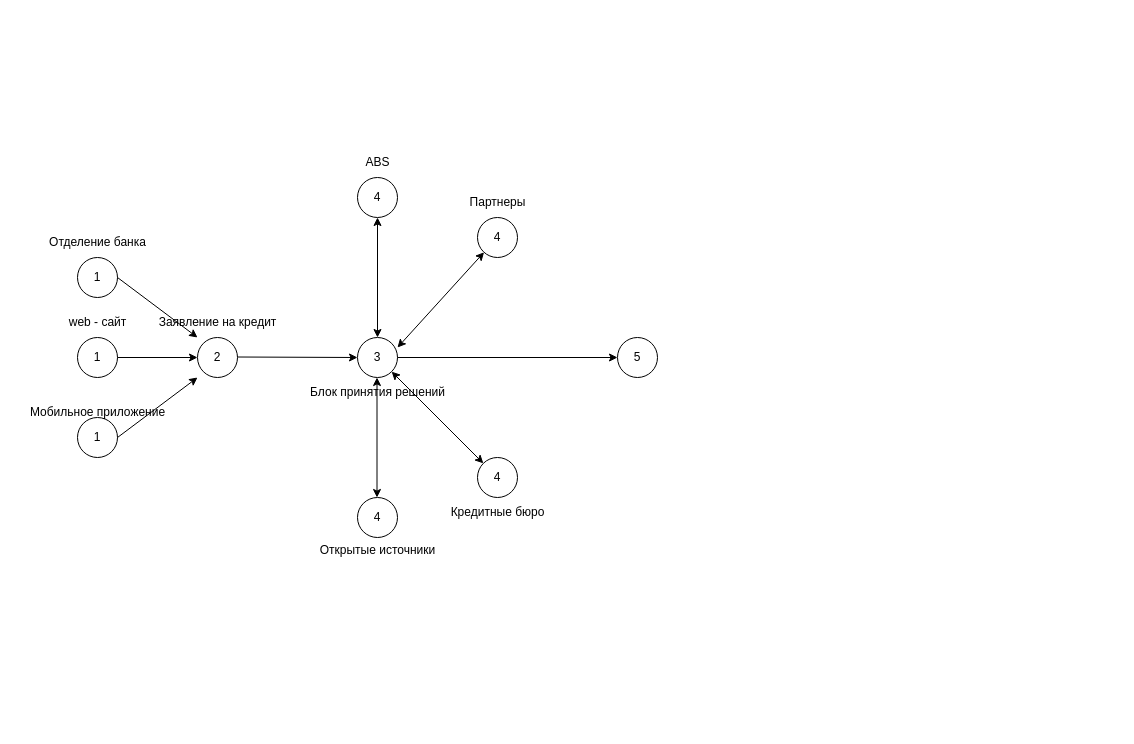
Earlier version of the draw.io diagram draw.io/Кредитный процесс банка.drawio (Sampler13/other). Source tidied: cells renumbered, new cells numbered last; positions are measured from the earlier drawing's top-left corner, leaving out a move shared by most shapes. Both pictures are drawn from the tidied source at 100%, with x=0, y=0 at pixel (17, 147).
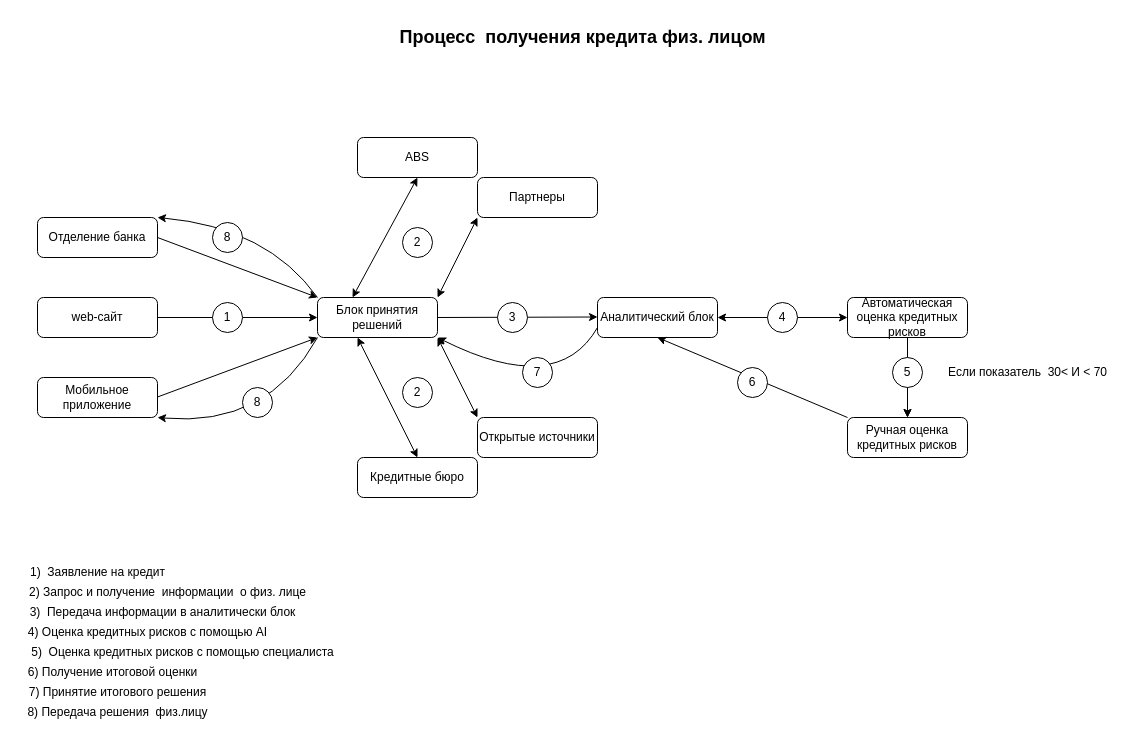
After the change.

Change to the diagram source:
```diff
@@
-    <mxCell id="2" value="1" style="ellipse;whiteSpace=wrap;html=1;" parent="1" vertex="1">
-      <mxGeometry x="60" y="110" width="40" height="40" as="geometry" />
-    </mxCell>
-    <mxCell id="3" value="1" style="ellipse;whiteSpace=wrap;html=1;" parent="1" vertex="1">
-      <mxGeometry x="60" y="190" width="40" height="40" as="geometry" />
-    </mxCell>
-    <mxCell id="4" value="1" style="ellipse;whiteSpace=wrap;html=1;" parent="1" vertex="1">
-      <mxGeometry x="60" y="270" width="40" height="40" as="geometry" />
-    </mxCell>
-    <mxCell id="5" value="Отделение банка" style="text;html=1;align=center;verticalAlign=middle;points=[];strokeColor=none;fillColor=none;" parent="1" vertex="1">
-      <mxGeometry x="20" y="80" width="120" height="30" as="geometry" />
+    <mxCell id="5" value="Отделение банка" style="rounded=1;whiteSpace=wrap;html=1;" parent="1" vertex="1">
+      <mxGeometry x="20" y="70" width="120" height="40" as="geometry" />
     </mxCell>
-    <mxCell id="6" value="web - сайт" style="text;html=1;align=center;verticalAlign=middle;strokeColor=none;fillColor=none;" parent="1" vertex="1">
-      <mxGeometry x="40" y="160" width="80" height="30" as="geometry" />
-    </mxCell>
+    <mxCell id="30" value="web-сайт" style="rounded=1;whiteSpace=wrap;html=1;" parent="1" vertex="1">
+      <mxGeometry x="20" y="150" width="120" height="40" as="geometry" />
+    </mxCell>
-    <mxCell id="7" value="Мобильное приложение" style="text;html=1;align=center;verticalAlign=middle;points=[];strokeColor=none;fillColor=none;" parent="1" vertex="1">
-      <mxGeometry y="250" width="160" height="30" as="geometry" />
+    <mxCell id="7" value="Мобильное приложение" style="rounded=1;whiteSpace=wrap;html=1;" parent="1" vertex="1">
+      <mxGeometry x="20" y="230" width="120" height="40" as="geometry" />
     </mxCell>
-    <mxCell id="8" style="endArrow=classic;html=1;rounded=0;" parent="1" edge="1">
-      <mxGeometry relative="1" as="geometry">
-        <mxPoint x="100" y="130" as="sourcePoint" />
-        <mxPoint x="180" y="190" as="targetPoint" />
-      </mxGeometry>
-    </mxCell>
-    <mxCell id="9" style="endArrow=classic;html=1;rounded=0;" parent="1" edge="1">
-      <mxGeometry relative="1" as="geometry">
-        <mxPoint x="100" y="290" as="sourcePoint" />
-        <mxPoint x="180" y="230" as="targetPoint" />
-      </mxGeometry>
-    </mxCell>
-    <mxCell id="10" style="endArrow=classic;html=1;rounded=0;exitX=1;exitY=0.5;exitDx=0;exitDy=0;" parent="1" edge="1" source="3">
-      <mxGeometry relative="1" as="geometry">
-        <mxPoint x="180" y="210" as="targetPoint" />
-      </mxGeometry>
-    </mxCell>
-    <mxCell id="11" value="2" style="ellipse;whiteSpace=wrap;html=1;" parent="1" vertex="1">
-      <mxGeometry x="180" y="190" width="40" height="40" as="geometry" />
-    </mxCell>
-    <mxCell id="12" value="Заявление на кредит" style="text;html=1;align=center;verticalAlign=middle;fontColor=default;" parent="1" vertex="1">
-      <mxGeometry x="130" y="160" width="140" height="30" as="geometry" />
-    </mxCell>
-    <mxCell id="13" style="endArrow=classic;html=1;rounded=0;exitX=1;exitY=0.5;exitDx=0;exitDy=0;" parent="1" edge="1" target="14">
-      <mxGeometry relative="1" as="geometry">
-        <mxPoint x="220" y="209.5" as="sourcePoint" />
-        <Array as="points">
-          <mxPoint x="340" y="210" />
-        </Array>
-      </mxGeometry>
-    </mxCell>
-    <mxCell id="14" value="3" style="ellipse;whiteSpace=wrap;html=1;" parent="1" vertex="1">
-      <mxGeometry x="340" y="190" width="40" height="40" as="geometry" />
-    </mxCell>
-    <mxCell id="15" value="Блок принятия решений" style="text;html=1;align=center;verticalAlign=middle;points=[];strokeColor=none;fillColor=none;" parent="1" vertex="1">
-      <mxGeometry x="280" y="230" width="160" height="30" as="geometry" />
+    <mxCell id="15" value="Блок принятия решений" style="rounded=1;whiteSpace=wrap;html=1;" parent="1" vertex="1">
+      <mxGeometry x="300" y="150" width="120" height="40" as="geometry" />
     </mxCell>
-    <mxCell id="16" value="4" style="ellipse;whiteSpace=wrap;html=1;" parent="1" vertex="1">
-      <mxGeometry x="340" y="30" width="40" height="40" as="geometry" />
-    </mxCell>
-    <mxCell id="17" value="4" style="ellipse;whiteSpace=wrap;html=1;" parent="1" vertex="1">
-      <mxGeometry x="460" y="70" width="40" height="40" as="geometry" />
-    </mxCell>
-    <mxCell id="18" value="4" style="ellipse;whiteSpace=wrap;html=1;" parent="1" vertex="1">
-      <mxGeometry x="340" y="350" width="40" height="40" as="geometry" />
-    </mxCell>
-    <mxCell id="19" value="4" style="ellipse;whiteSpace=wrap;html=1;" parent="1" vertex="1">
-      <mxGeometry x="460" y="310" width="40" height="40" as="geometry" />
-    </mxCell>
-    <mxCell id="20" style="endArrow=classic;startArrow=classic;html=1;rounded=0;exitX=0.5;exitY=0;exitDx=0;exitDy=0;entryX=0.5;entryY=1;entryDx=0;entryDy=0;" parent="1" edge="1" source="14" target="16">
-      <mxGeometry relative="1" as="geometry" />
-    </mxCell>
-    <mxCell id="21" style="endArrow=classic;startArrow=classic;html=1;rounded=0;" parent="1" edge="1" target="17">
-      <mxGeometry relative="1" as="geometry">
-        <mxPoint x="380" y="200" as="sourcePoint" />
-      </mxGeometry>
-    </mxCell>
-    <mxCell id="22" style="endArrow=classic;startArrow=classic;html=1;rounded=0;exitX=1;exitY=1;exitDx=0;exitDy=0;entryX=0;entryY=0;entryDx=0;entryDy=0;" parent="1" edge="1" source="14" target="19">
-      <mxGeometry relative="1" as="geometry" />
-    </mxCell>
-    <mxCell id="23" style="endArrow=classic;startArrow=classic;html=1;rounded=0;exitX=0.5;exitY=0;exitDx=0;exitDy=0;entryX=0.5;entryY=1;entryDx=0;entryDy=0;" parent="1" edge="1">
-      <mxGeometry relative="1" as="geometry">
-        <mxPoint x="359.5" y="350" as="sourcePoint" />
-        <mxPoint x="359.5" y="230" as="targetPoint" />
-      </mxGeometry>
-    </mxCell>
+    <mxCell id="31" style="endArrow=classic;html=1;rounded=0;exitX=1;exitY=0.5;exitDx=0;exitDy=0;entryX=0;entryY=0.5;entryDx=0;entryDy=0;" parent="1" edge="1" source="30" target="15">
+      <mxGeometry relative="1" as="geometry" />
+    </mxCell>
+    <mxCell id="32" style="endArrow=classic;html=1;rounded=0;exitX=1;exitY=0.5;exitDx=0;exitDy=0;entryX=0;entryY=1;entryDx=0;entryDy=0;" parent="1" edge="1" target="15">
+      <mxGeometry relative="1" as="geometry">
+        <mxPoint x="140" y="249.5" as="sourcePoint" />
+      </mxGeometry>
+    </mxCell>
+    <mxCell id="33" style="endArrow=classic;html=1;rounded=0;exitX=1;exitY=0.5;exitDx=0;exitDy=0;entryX=0;entryY=0;entryDx=0;entryDy=0;" parent="1" edge="1" source="5" target="15">
+      <mxGeometry relative="1" as="geometry" />
+    </mxCell>
+    <mxCell id="34" value="1" style="ellipse;whiteSpace=wrap;html=1;" parent="1" vertex="1">
+      <mxGeometry x="195" y="155" width="30" height="30" as="geometry" />
+    </mxCell>
-    <mxCell id="24" value="ABS" style="text;html=1;align=center;verticalAlign=middle;points=[];strokeColor=none;fillColor=none;" parent="1" vertex="1">
-      <mxGeometry x="335" width="50" height="30" as="geometry" />
+    <mxCell id="24" value="ABS" style="rounded=1;whiteSpace=wrap;html=1;" parent="1" vertex="1">
+      <mxGeometry x="340" y="-10" width="120" height="40" as="geometry" />
     </mxCell>
-    <mxCell id="25" value="Партнеры" style="text;html=1;align=center;verticalAlign=middle;points=[];strokeColor=none;fillColor=none;" parent="1" vertex="1">
-      <mxGeometry x="440" y="40" width="80" height="30" as="geometry" />
+    <mxCell id="25" value="Партнеры" style="rounded=1;whiteSpace=wrap;html=1;" parent="1" vertex="1">
+      <mxGeometry x="460" y="30" width="120" height="40" as="geometry" />
     </mxCell>
+    <mxCell id="27" value="Открытые источники" style="rounded=1;whiteSpace=wrap;html=1;" parent="1" vertex="1">
+      <mxGeometry x="460" y="270" width="120" height="40" as="geometry" />
+    </mxCell>
-    <mxCell id="26" value="Кредитные бюро" style="text;html=1;align=center;verticalAlign=middle;points=[];strokeColor=none;fillColor=none;" parent="1" vertex="1">
-      <mxGeometry x="420" y="350" width="120" height="30" as="geometry" />
+    <mxCell id="26" value="Кредитные бюро" style="rounded=1;whiteSpace=wrap;html=1;" parent="1" vertex="1">
+      <mxGeometry x="340" y="310" width="120" height="40" as="geometry" />
     </mxCell>
-    <mxCell id="27" value="Открытые источники" style="text;html=1;align=center;verticalAlign=middle;points=[];strokeColor=none;fillColor=none;" parent="1" vertex="1">
-      <mxGeometry x="290" y="388" width="140" height="30" as="geometry" />
-    </mxCell>
-    <mxCell id="28" style="endArrow=classic;html=1;rounded=0;exitX=1;exitY=0.5;exitDx=0;exitDy=0;" parent="1" edge="1" source="14">
-      <mxGeometry relative="1" as="geometry">
-        <mxPoint x="600" y="210" as="targetPoint" />
-        <Array as="points">
-          <mxPoint x="600" y="210" />
-        </Array>
-      </mxGeometry>
-    </mxCell>
+    <mxCell id="35" style="endArrow=classic;startArrow=classic;html=1;rounded=0;entryX=0.5;entryY=1;entryDx=0;entryDy=0;" parent="1" edge="1" target="24">
+      <mxGeometry relative="1" as="geometry">
+        <mxPoint x="335" y="150" as="sourcePoint" />
+      </mxGeometry>
+    </mxCell>
+    <mxCell id="36" style="endArrow=classic;startArrow=classic;html=1;rounded=0;entryX=0;entryY=1;entryDx=0;entryDy=0;exitX=1;exitY=0;exitDx=0;exitDy=0;" parent="1" edge="1" source="15" target="25">
+      <mxGeometry relative="1" as="geometry" />
+    </mxCell>
+    <mxCell id="37" style="endArrow=classic;startArrow=classic;html=1;rounded=0;entryX=0;entryY=0;entryDx=0;entryDy=0;" parent="1" edge="1" target="27">
+      <mxGeometry relative="1" as="geometry">
+        <mxPoint x="420" y="190" as="sourcePoint" />
+      </mxGeometry>
+    </mxCell>
+    <mxCell id="38" style="endArrow=classic;startArrow=classic;html=1;rounded=0;entryX=0.5;entryY=1;entryDx=0;entryDy=0;exitX=0.5;exitY=0;exitDx=0;exitDy=0;" parent="1" edge="1" source="26">
+      <mxGeometry relative="1" as="geometry">
+        <mxPoint x="340" y="190" as="targetPoint" />
+      </mxGeometry>
+    </mxCell>
+    <mxCell id="39" value="2" style="ellipse;whiteSpace=wrap;html=1;" parent="1" vertex="1">
+      <mxGeometry x="385" y="80" width="30" height="30" as="geometry" />
+    </mxCell>
+    <mxCell id="40" value="2" style="ellipse;whiteSpace=wrap;html=1;" parent="1" vertex="1">
+      <mxGeometry x="385" y="230" width="30" height="30" as="geometry" />
+    </mxCell>
+    <mxCell id="41" style="endArrow=classic;html=1;rounded=0;entryX=0;entryY=0.5;entryDx=0;entryDy=0;exitX=1;exitY=0.5;exitDx=0;exitDy=0;" parent="1" edge="1" source="15">
+      <mxGeometry relative="1" as="geometry">
+        <mxPoint x="580" y="169.5" as="targetPoint" />
+      </mxGeometry>
+    </mxCell>
+    <mxCell id="14" value="3" style="ellipse;whiteSpace=wrap;html=1;" parent="1" vertex="1">
+      <mxGeometry x="480" y="155" width="30" height="30" as="geometry" />
+    </mxCell>
+    <mxCell id="42" value="Аналитический блок&lt;br&gt;" style="rounded=1;whiteSpace=wrap;html=1;" parent="1" vertex="1">
+      <mxGeometry x="580" y="150" width="120" height="40" as="geometry" />
+    </mxCell>
+    <mxCell id="43" style="edgeStyle=orthogonalEdgeStyle;rounded=0;jettySize=auto;html=1;" parent="1" edge="1" source="44" target="45">
+      <mxGeometry relative="1" as="geometry" />
+    </mxCell>
+    <mxCell id="44" value="Автоматическая оценка кредитных рисков" style="whiteSpace=wrap;html=1;rounded=1;" parent="1" vertex="1">
+      <mxGeometry x="830" y="150" width="120" height="40" as="geometry" />
+    </mxCell>
+    <mxCell id="45" value="Ручная оценка кредитных рисков" style="whiteSpace=wrap;html=1;rounded=1;" parent="1" vertex="1">
+      <mxGeometry x="830" y="270" width="120" height="40" as="geometry" />
+    </mxCell>
+    <mxCell id="46" value="Если показатель&amp;nbsp; 30&amp;lt; И &amp;lt; 70" style="text;html=1;align=center;verticalAlign=middle;strokeColor=none;fillColor=none;" parent="1" vertex="1">
+      <mxGeometry x="920" y="210" width="180" height="30" as="geometry" />
+    </mxCell>
+    <mxCell id="47" style="edgeStyle=orthogonalEdgeStyle;rounded=0;jettySize=auto;html=1;" parent="1" edge="1" source="29" target="45">
+      <mxGeometry relative="1" as="geometry" />
+    </mxCell>
     <mxCell id="29" value="5" style="ellipse;whiteSpace=wrap;html=1;" parent="1" vertex="1">
-      <mxGeometry x="600" y="190" width="40" height="40" as="geometry" />
+      <mxGeometry x="875" y="210" width="30" height="30" as="geometry" />
     </mxCell>
+    <mxCell id="48" style="endArrow=classic;startArrow=classic;html=1;rounded=0;entryX=0;entryY=0.5;entryDx=0;entryDy=0;" parent="1" edge="1" target="44">
+      <mxGeometry relative="1" as="geometry">
+        <mxPoint x="700" y="170" as="sourcePoint" />
+      </mxGeometry>
+    </mxCell>
+    <mxCell id="49" value="4" style="ellipse;whiteSpace=wrap;html=1;" parent="1" vertex="1">
+      <mxGeometry x="750" y="155" width="30" height="30" as="geometry" />
+    </mxCell>
+    <mxCell id="50" style="endArrow=classic;html=1;rounded=0;exitX=0;exitY=0;exitDx=0;exitDy=0;entryX=0.5;entryY=1;entryDx=0;entryDy=0;" parent="1" edge="1" source="45" target="42">
+      <mxGeometry relative="1" as="geometry" />
+    </mxCell>
+    <mxCell id="51" value="6" style="ellipse;whiteSpace=wrap;html=1;" parent="1" vertex="1">
+      <mxGeometry x="720" y="220" width="30" height="30" as="geometry" />
+    </mxCell>
+    <mxCell id="52" style="curved=1;endArrow=classic;html=1;rounded=0;entryX=1;entryY=1;entryDx=0;entryDy=0;exitX=0;exitY=0.75;exitDx=0;exitDy=0;" parent="1" edge="1" source="42" target="15">
+      <mxGeometry relative="1" as="geometry">
+        <Array as="points">
+          <mxPoint x="540" y="250" />
+        </Array>
+      </mxGeometry>
+    </mxCell>
+    <mxCell id="53" value="7" style="ellipse;whiteSpace=wrap;html=1;" parent="1" vertex="1">
+      <mxGeometry x="505" y="210" width="30" height="30" as="geometry" />
+    </mxCell>
+    <mxCell id="54" style="curved=1;endArrow=classic;html=1;rounded=0;exitX=0;exitY=1;exitDx=0;exitDy=0;entryX=1;entryY=1;entryDx=0;entryDy=0;" parent="1" edge="1" source="15" target="7">
+      <mxGeometry relative="1" as="geometry">
+        <Array as="points">
+          <mxPoint x="250" y="280" />
+        </Array>
+      </mxGeometry>
+    </mxCell>
+    <mxCell id="55" style="curved=1;endArrow=classic;html=1;rounded=0;exitX=0;exitY=0;exitDx=0;exitDy=0;entryX=1;entryY=1;entryDx=0;entryDy=0;" parent="1" edge="1" source="15">
+      <mxGeometry relative="1" as="geometry">
+        <mxPoint x="140" y="70" as="targetPoint" />
+        <Array as="points">
+          <mxPoint x="250" y="80" />
+        </Array>
+      </mxGeometry>
+    </mxCell>
+    <mxCell id="56" value="8" style="ellipse;whiteSpace=wrap;html=1;" parent="1" vertex="1">
+      <mxGeometry x="225" y="240" width="30" height="30" as="geometry" />
+    </mxCell>
+    <mxCell id="57" value="8" style="ellipse;whiteSpace=wrap;html=1;" parent="1" vertex="1">
+      <mxGeometry x="195" y="75" width="30" height="30" as="geometry" />
+    </mxCell>
+    <mxCell id="58" value="1)&amp;nbsp; Заявление на кредит" style="text;html=1;align=center;verticalAlign=middle;strokeColor=none;fillColor=none;" parent="1" vertex="1">
+      <mxGeometry y="410" width="160" height="30" as="geometry" />
+    </mxCell>
+    <mxCell id="59" value="2) Запрос и получение&amp;nbsp; информации&amp;nbsp; о физ. лице" style="text;html=1;align=center;verticalAlign=middle;strokeColor=none;fillColor=none;" parent="1" vertex="1">
+      <mxGeometry y="430" width="300" height="30" as="geometry" />
+    </mxCell>
+    <mxCell id="60" value="3)&amp;nbsp; Передача информации в аналитически блок" style="text;html=1;align=center;verticalAlign=middle;strokeColor=none;fillColor=none;" parent="1" vertex="1">
+      <mxGeometry y="450" width="290" height="30" as="geometry" />
+    </mxCell>
+    <mxCell id="61" value="4) Оценка кредитных рисков с помощью AI" style="text;html=1;align=center;verticalAlign=middle;strokeColor=none;fillColor=none;" parent="1" vertex="1">
+      <mxGeometry y="470" width="260" height="30" as="geometry" />
+    </mxCell>
+    <mxCell id="62" value="5)&amp;nbsp; Оценка кредитных рисков с помощью специалиста" style="text;html=1;align=center;verticalAlign=middle;strokeColor=none;fillColor=none;" parent="1" vertex="1">
+      <mxGeometry y="490" width="330" height="30" as="geometry" />
+    </mxCell>
+    <mxCell id="63" value="6) Получение итоговой оценки" style="text;html=1;align=center;verticalAlign=middle;strokeColor=none;fillColor=none;" parent="1" vertex="1">
+      <mxGeometry y="510" width="190" height="30" as="geometry" />
+    </mxCell>
+    <mxCell id="64" value="7) Принятие итогового решения" style="text;html=1;align=center;verticalAlign=middle;strokeColor=none;fillColor=none;" parent="1" vertex="1">
+      <mxGeometry y="530" width="200" height="30" as="geometry" />
+    </mxCell>
+    <mxCell id="65" value="8) Передача решения&amp;nbsp; физ.лицу" style="text;html=1;align=center;verticalAlign=middle;strokeColor=none;fillColor=none;" parent="1" vertex="1">
+      <mxGeometry y="550" width="200" height="30" as="geometry" />
+    </mxCell>
+    <mxCell id="66" value="Процесс&amp;nbsp; получения кредита физ. лицом" style="text;html=1;align=center;verticalAlign=middle;strokeColor=none;fillColor=none;fontSize=18;fontStyle=1;" parent="1" vertex="1">
+      <mxGeometry x="370" y="-130" width="390" height="40" as="geometry" />
+    </mxCell>
```
